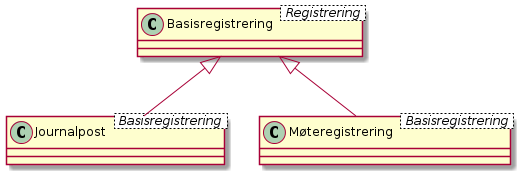
arkivverket/noark5-tjenestegrensesnitt-standard keeps this PlantUML diagram as kapitler/media/uml-generalisering-brukt-med-klasser.png. Above is the earlier version. The source it was exported from:
```plantuml
@startuml
class Basisregistrering < Registrering >
class Journalpost < Basisregistrering >
class Møteregistrering < Basisregistrering >
Basisregistrering <|-- Journalpost
Basisregistrering <|-- Møteregistrering
@enduml
```
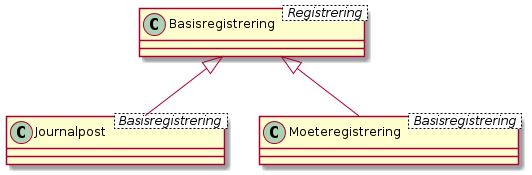
Above is the later version.

Diff of the diagram source:
```diff
@@ -1,7 +1,7 @@
 @startuml
 class Basisregistrering < Registrering >
 class Journalpost < Basisregistrering >
-class Møteregistrering < Basisregistrering >
+class Moeteregistrering < Basisregistrering >
 Basisregistrering <|-- Journalpost
-Basisregistrering <|-- Møteregistrering
+Basisregistrering <|-- Moeteregistrering
 @enduml
```
